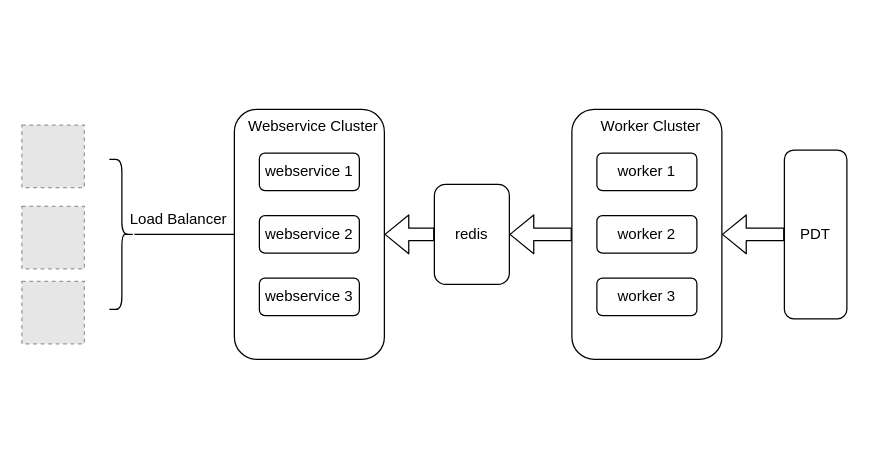
Before: sdk.drawio in RunningToTheEdgeOfTheWorld/jupyter_dir, a draw.io diagram. Source tidied: cells renumbered, new cells numbered last; positions are measured from the earlier drawing's top-left corner, leaving out a move shared by most shapes. Both pictures are drawn from the tidied source at 125%, with x=0, y=0 at pixel (21, 109). Pictures stored in the file or linked from it are replaced by grey dashed boxes.
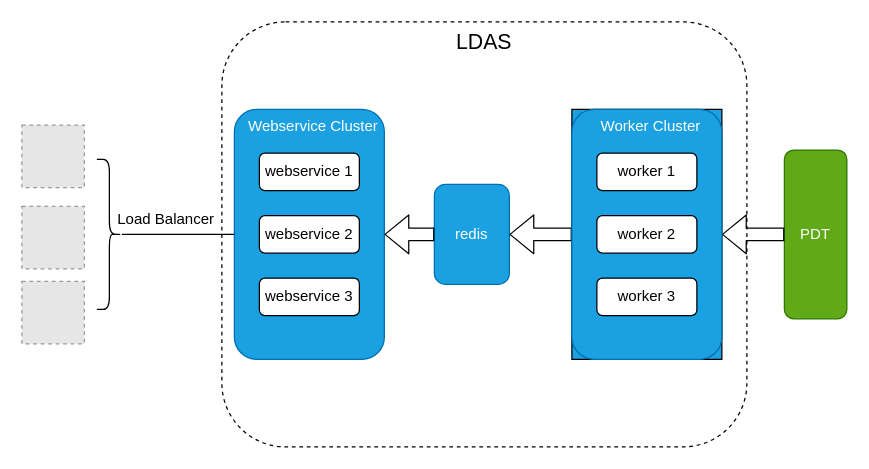
The same page after the edit.

Unchanged cells that the change refers to:
```xml
<mxCell id="14" style="group;" parent="1" vertex="1">
  <mxGeometry x="170" width="120" height="200" as="geometry" />
</mxCell>
```

Change to the diagram source:
```diff
@@
+    <mxCell id="23" value="&lt;font style=&quot;font-size: 17px&quot;&gt;LDAS&lt;/font&gt;" style="rounded=1;whiteSpace=wrap;html=1;align=center;dashed=1;verticalAlign=top;" parent="1" vertex="1">
+      <mxGeometry x="160" y="-70" width="420" height="340" as="geometry" />
+    </mxCell>
-    <mxCell id="2" value="redis" style="rounded=1;whiteSpace=wrap;html=1;" parent="1" vertex="1">
+    <mxCell id="2" value="redis" style="rounded=1;whiteSpace=wrap;html=1;fillColor=#1ba1e2;strokeColor=#006EAF;fontColor=#ffffff;" parent="1" vertex="1">
       <mxGeometry x="330" y="60" width="60" height="80" as="geometry" />
     </mxCell>
-    <mxCell id="3" value="PDT" style="rounded=1;whiteSpace=wrap;html=1;" parent="1" vertex="1">
+    <mxCell id="3" value="PDT" style="rounded=1;whiteSpace=wrap;html=1;fillColor=#60a917;strokeColor=#2D7600;fontColor=#ffffff;" parent="1" vertex="1">
       <mxGeometry x="610" y="32.5" width="50" height="135" as="geometry" />
     </mxCell>
@@
-    <mxCell id="6" style="group;" parent="1" vertex="1">
+    <mxCell id="6" style="group;fillColor=#1ba1e2;fontColor=#ffffff;strokeColor=#000000;" parent="1" vertex="1">
       <mxGeometry x="440" width="120" height="200" as="geometry" />
     </mxCell>
-    <mxCell id="7" value="&amp;nbsp; Worker Cluster" style="rounded=1;whiteSpace=wrap;html=1;align=center;verticalAlign=top;" parent="6" vertex="1">
+    <mxCell id="7" value="&amp;nbsp; Worker Cluster" style="rounded=1;whiteSpace=wrap;html=1;align=center;verticalAlign=top;fillColor=#1ba1e2;strokeColor=#006EAF;fontColor=#ffffff;" parent="6" vertex="1">
       <mxGeometry width="120" height="200" as="geometry" />
     </mxCell>
@@
-    <mxCell id="15" value="&amp;nbsp; Webservice Cluster" style="rounded=1;whiteSpace=wrap;html=1;align=center;verticalAlign=top;" parent="14" vertex="1">
+    <mxCell id="15" value="&amp;nbsp; Webservice Cluster" style="rounded=1;whiteSpace=wrap;html=1;align=center;verticalAlign=top;fillColor=#1ba1e2;strokeColor=#006EAF;fontColor=#ffffff;" parent="14" vertex="1">
       <mxGeometry width="120" height="200" as="geometry" />
     </mxCell>
@@
     <mxCell id="21" style="shape=curlyBracket;whiteSpace=wrap;html=1;rounded=1;flipH=1;align=left;" parent="1" vertex="1">
-      <mxGeometry x="70" y="40" width="20" height="120" as="geometry" />
+      <mxGeometry x="60" y="40" width="20" height="120" as="geometry" />
     </mxCell>
     <mxCell id="22" value="Load Balancer" style="text;html=1;align=center;verticalAlign=middle;strokeColor=none;" parent="1" vertex="1">
-      <mxGeometry x="80" y="77.5" width="90" height="20" as="geometry" />
+      <mxGeometry x="70" y="77.5" width="90" height="20" as="geometry" />
     </mxCell>
```
